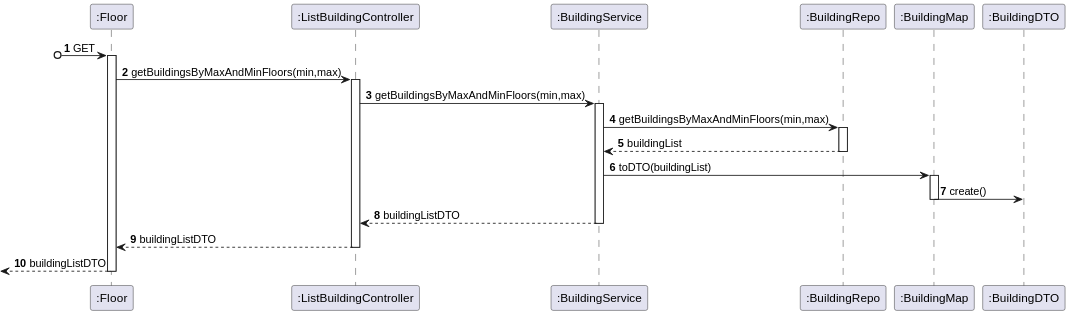
Before: docs/US_180/Diagrams/SequenceDiagramLevel3.svg, a diagram exported from PlantUML (Pedro-Pereira1/sem5pi_23_24_g056). Its diagram source:
```plantuml
@startuml
autonumber

participant ":Floor" as Floor
participant ":ListBuildingController" as Controller
participant ":BuildingService" as Service
participant ":BuildingRepo" as Repo
participant ":BuildingMap" as Map
participant ":BuildingDTO" as DTO

?o->Floor: GET
activate Floor

Floor -> Controller: getBuildingsByMaxAndMinFloors(min,max)
activate Controller

Controller -> Service: getBuildingsByMaxAndMinFloors(min,max)
activate Service

Service -> Repo: getBuildingsByMaxAndMinFloors(min,max)
activate Repo


Repo --> Service: buildingList
deactivate Repo
Service -> Map: toDTO(buildingList)
activate Map
Map -> DTO:create()
deactivate Map

Service --> Controller: buildingListDTO
deactivate Service

Controller --> Floor: buildingListDTO
deactivate Controller

<--Floor: buildingListDTO
deactivate Floor
@enduml
```
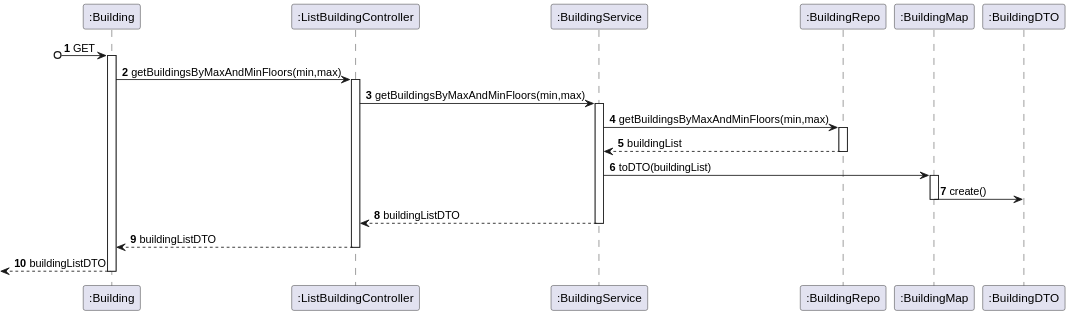
The same file after the commit.

Commit message:
Updated documentation, updated Us210 documentation completed until point 4.2 "Class Diagram"

What changed in the source:
```diff
@@ -1,7 +1,7 @@
 @startuml
 autonumber
 
-participant ":Floor" as Floor
+participant ":Building" as Floor
 participant ":ListBuildingController" as Controller
 participant ":BuildingService" as Service
 participant ":BuildingRepo" as Repo
```
